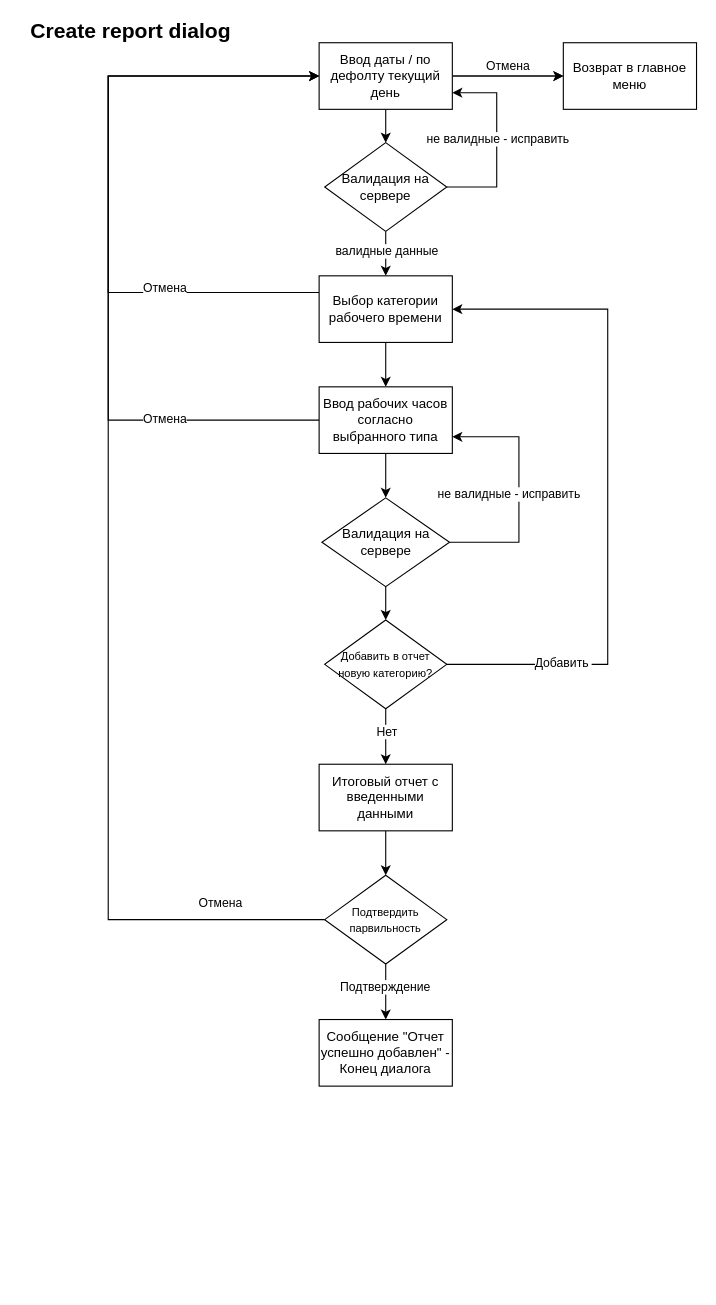
This is docs/create_report_dialog.drawio from gameWizzards/reporting-bot, a draw.io file, before an edit. Source tidied: cells renumbered, new cells numbered last; positions are measured from the earlier drawing's top-left corner, leaving out a move shared by most shapes. Both pictures are drawn from the tidied source at 111%, with x=0, y=0 at pixel (19, 20).
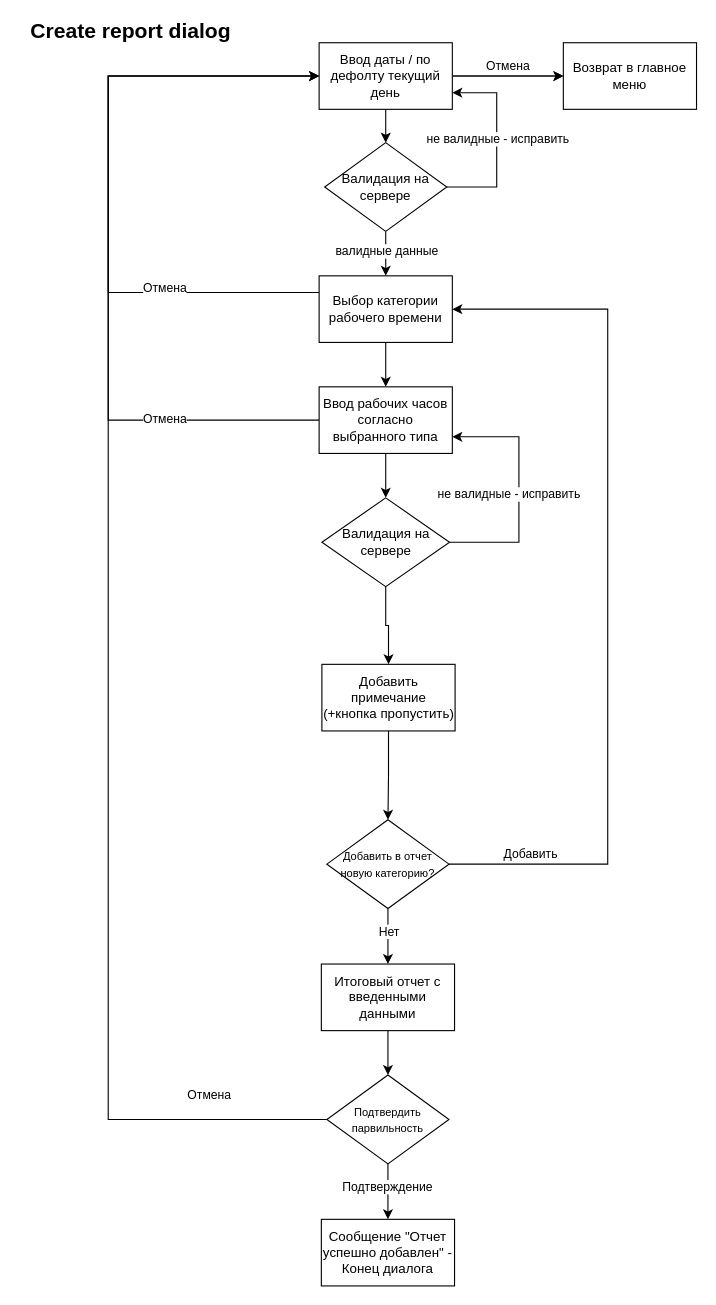
The same diagram, later.

Unchanged cells that the change refers to:
```xml
<mxCell id="6" value="Ввод даты / по дефолту текущий день" style="rounded=0;whiteSpace=wrap;html=1;" parent="1" vertex="1">
  <mxGeometry x="270" y="20" width="120" height="60" as="geometry" />
</mxCell>
<mxCell id="10" value="Выбор категории рабочего времени" style="rounded=0;whiteSpace=wrap;html=1;" parent="1" vertex="1">
  <mxGeometry x="270" y="230" width="120" height="60" as="geometry" />
</mxCell>
<mxCell id="23" value="&lt;span&gt;Валидация на сервере&lt;/span&gt;" style="rhombus;whiteSpace=wrap;html=1;rounded=0;" parent="1" vertex="1">
  <mxGeometry x="272.5" y="430" width="115" height="80" as="geometry" />
</mxCell>
```

What changed in the source:
```diff
@@
-    <mxCell id="22" style="edgeStyle=orthogonalEdgeStyle;rounded=0;jettySize=auto;html=1;" parent="1" edge="1" source="23" target="28">
-      <mxGeometry relative="1" as="geometry" />
-    </mxCell>
+    <mxCell id="39" style="edgeStyle=orthogonalEdgeStyle;rounded=0;jettySize=auto;html=1;" parent="1" edge="1" source="23" target="41">
+      <mxGeometry relative="1" as="geometry" />
+    </mxCell>
@@
     <mxCell id="24" style="edgeStyle=orthogonalEdgeStyle;rounded=0;jettySize=auto;html=1;entryX=1;entryY=0.5;entryDx=0;entryDy=0;" parent="1" edge="1" source="28" target="10">
       <mxGeometry relative="1" as="geometry">
         <Array as="points">
-          <mxPoint x="530" y="580" />
+          <mxPoint x="530" y="760" />
           <mxPoint x="530" y="260" />
         </Array>
       </mxGeometry>
     </mxCell>
     <mxCell id="25" value="Добавить&amp;nbsp;" style="edgeLabel;html=1;align=center;verticalAlign=middle;" parent="24" vertex="1">
       <mxGeometry x="-0.74" y="1" relative="1" as="geometry">
-        <mxPoint x="25" y="-1" as="offset" />
+        <mxPoint x="-28" y="-9" as="offset" />
       </mxGeometry>
     </mxCell>
     <mxCell id="26" style="edgeStyle=orthogonalEdgeStyle;rounded=0;jettySize=auto;html=1;" parent="1" edge="1" source="28" target="30">
       <mxGeometry relative="1" as="geometry">
         <Array as="points">
-          <mxPoint x="330" y="630" />
-          <mxPoint x="330" y="630" />
+          <mxPoint x="332" y="810" />
+          <mxPoint x="332" y="810" />
         </Array>
       </mxGeometry>
     </mxCell>
@@
     <mxCell id="28" value="&lt;font style=&quot;font-size: 10px&quot;&gt;Добавить в отчет новую категорию?&lt;/font&gt;" style="rhombus;whiteSpace=wrap;html=1;rounded=0;" parent="1" vertex="1">
-      <mxGeometry x="275" y="540" width="110" height="80" as="geometry" />
+      <mxGeometry x="277" y="720" width="110" height="80" as="geometry" />
     </mxCell>
@@
     <mxCell id="30" value="Итоговый отчет с введенными данными" style="whiteSpace=wrap;html=1;rounded=0;" parent="1" vertex="1">
-      <mxGeometry x="270" y="670" width="120" height="60" as="geometry" />
+      <mxGeometry x="272" y="850" width="120" height="60" as="geometry" />
     </mxCell>
@@
     <mxCell id="33" style="edgeStyle=orthogonalEdgeStyle;rounded=0;jettySize=auto;html=1;entryX=0;entryY=0.5;entryDx=0;entryDy=0;" parent="1" edge="1" source="35" target="6">
       <mxGeometry relative="1" as="geometry">
         <Array as="points">
-          <mxPoint x="80" y="810" />
+          <mxPoint x="80" y="990" />
           <mxPoint x="80" y="50" />
         </Array>
       </mxGeometry>
     </mxCell>
     <mxCell id="34" value="Отмена" style="edgeLabel;html=1;align=center;verticalAlign=middle;" parent="33" vertex="1">
       <mxGeometry x="-0.3" relative="1" as="geometry">
-        <mxPoint x="100" y="190" as="offset" />
+        <mxPoint x="90" y="244" as="offset" />
       </mxGeometry>
     </mxCell>
     <mxCell id="35" value="&lt;font style=&quot;font-size: 10px&quot;&gt;Подтвердить парвильность&lt;/font&gt;" style="rhombus;whiteSpace=wrap;html=1;rounded=0;" parent="1" vertex="1">
-      <mxGeometry x="275" y="770" width="110" height="80" as="geometry" />
+      <mxGeometry x="277" y="950" width="110" height="80" as="geometry" />
     </mxCell>
     <mxCell id="36" value="Сообщение &quot;Отчет успешно добавлен&quot; - Конец диалога" style="whiteSpace=wrap;html=1;rounded=0;" parent="1" vertex="1">
-      <mxGeometry x="270" y="900" width="120" height="60" as="geometry" />
+      <mxGeometry x="272" y="1080" width="120" height="60" as="geometry" />
     </mxCell>
@@
+    <mxCell id="40" style="edgeStyle=orthogonalEdgeStyle;rounded=0;jettySize=auto;html=1;" parent="1" edge="1" source="41" target="28">
+      <mxGeometry relative="1" as="geometry" />
+    </mxCell>
+    <mxCell id="41" value="Добавить примечание (+кнопка пропустить)" style="rounded=0;whiteSpace=wrap;html=1;" parent="1" vertex="1">
+      <mxGeometry x="272.5" y="580" width="120" height="60" as="geometry" />
+    </mxCell>
```
